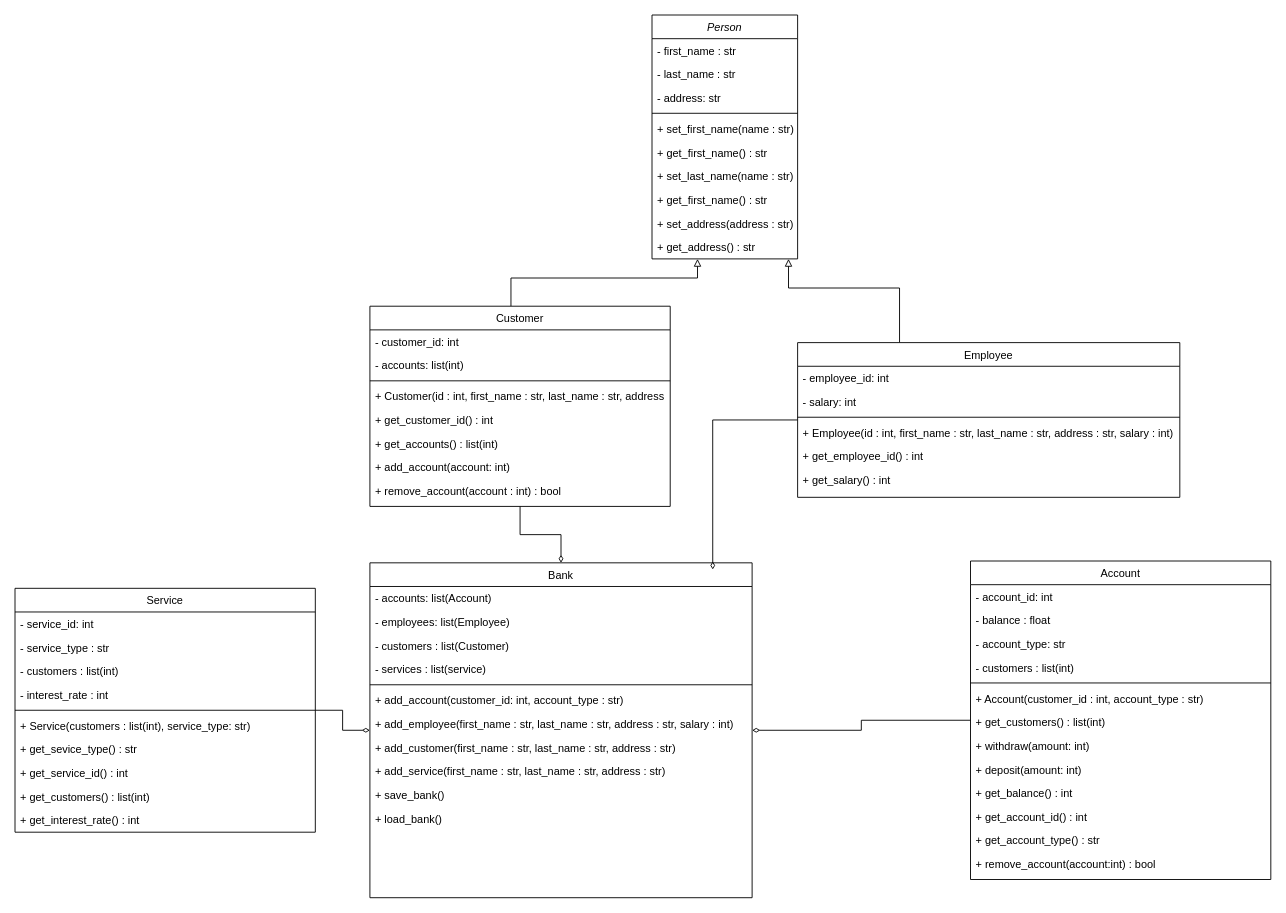
The draw.io diagram Test.drawio in BoasLee/Bank_project, before the edit. Source tidied: cells renumbered, new cells numbered last; positions are measured from the earlier drawing's top-left corner, leaving out a move shared by most shapes. Both pictures are drawn from the tidied source at 91%, with x=0, y=0 at pixel (15, 15).
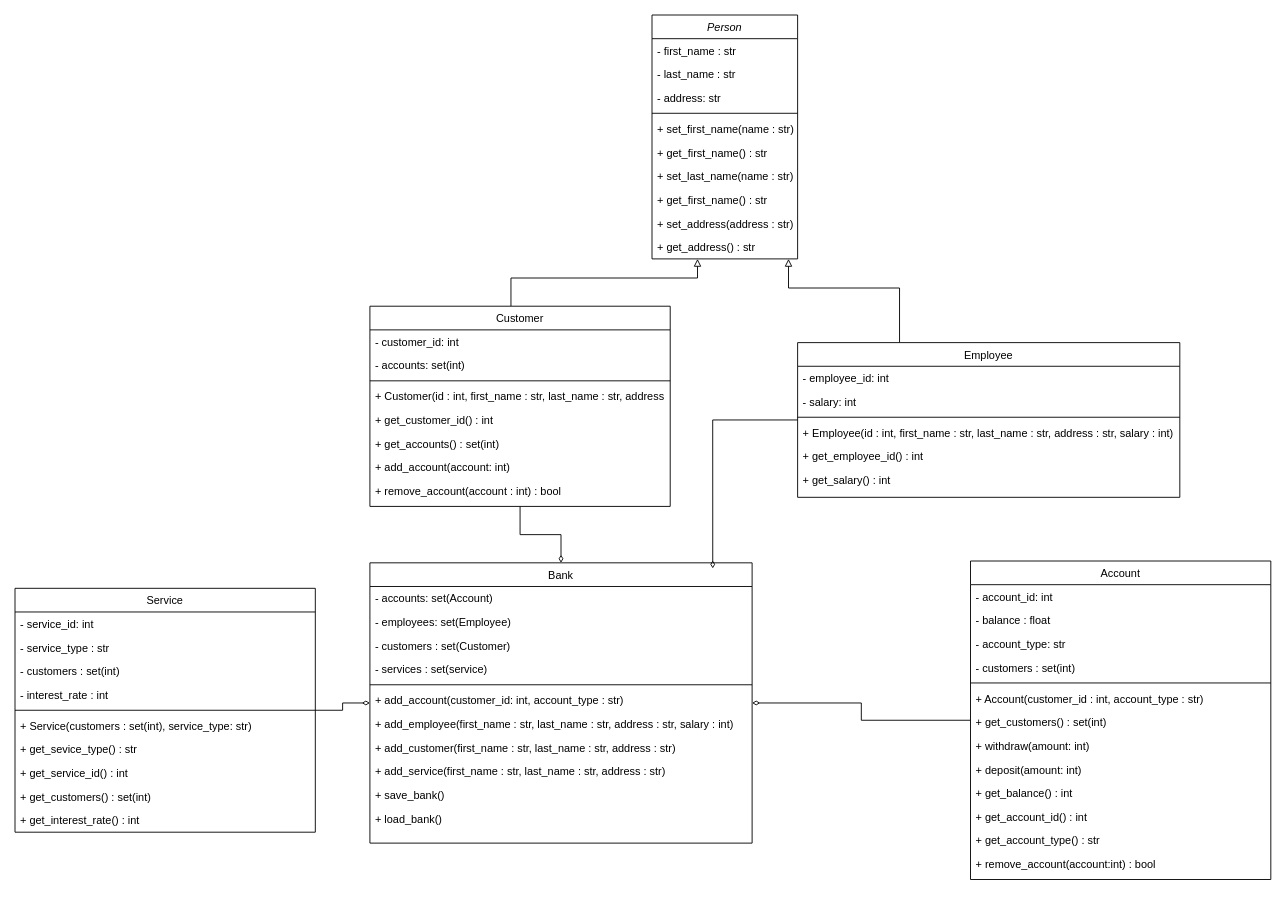
Above is the later version.

Unchanged cells that the change refers to:
```xml
<mxCell id="15" value="Customer" style="swimlane;fontStyle=0;align=center;verticalAlign=top;horizontal=1;startSize=26;rounded=0;shadow=0;strokeWidth=1;" parent="1" vertex="1">
  <mxGeometry x="390" y="320" width="330" height="220" as="geometry" />
</mxCell>
<mxCell id="25" value="Account" style="swimlane;fontStyle=0;align=center;verticalAlign=top;horizontal=1;startSize=26;rounded=0;shadow=0;strokeWidth=1;" parent="1" vertex="1">
  <mxGeometry x="1050" y="600" width="330" height="350" as="geometry" />
</mxCell>
<mxCell id="61" value="Service" style="swimlane;fontStyle=0;align=center;verticalAlign=top;horizontal=1;startSize=26;rounded=0;shadow=0;strokeWidth=1;" parent="1" vertex="1">
  <mxGeometry y="630" width="330" height="268" as="geometry" />
</mxCell>
```

What changed in the source:
```diff
@@
-    <mxCell id="17" value="- accounts: list(int)" style="text;align=left;verticalAlign=top;spacingLeft=4;spacingRight=4;overflow=hidden;rounded=0;shadow=0;html=0;" parent="15" vertex="1">
+    <mxCell id="17" value="- accounts: set(int)" style="text;align=left;verticalAlign=top;spacingLeft=4;spacingRight=4;overflow=hidden;rounded=0;shadow=0;html=0;" parent="15" vertex="1">
       <mxGeometry y="52" width="330" height="26" as="geometry" />
     </mxCell>
@@
-    <mxCell id="21" value="+ get_accounts() : list(int)" style="text;align=left;verticalAlign=top;spacingLeft=4;spacingRight=4;overflow=hidden;" parent="15" vertex="1">
+    <mxCell id="21" value="+ get_accounts() : set(int)" style="text;align=left;verticalAlign=top;spacingLeft=4;spacingRight=4;overflow=hidden;" parent="15" vertex="1">
       <mxGeometry y="138" width="330" height="26" as="geometry" />
     </mxCell>
@@
-    <mxCell id="29" value="- customers : list(int)" style="text;align=left;verticalAlign=top;spacingLeft=4;spacingRight=4;overflow=hidden;rounded=0;shadow=0;html=0;" parent="25" vertex="1">
+    <mxCell id="29" value="- customers : set(int)" style="text;align=left;verticalAlign=top;spacingLeft=4;spacingRight=4;overflow=hidden;rounded=0;shadow=0;html=0;" parent="25" vertex="1">
       <mxGeometry y="104" width="330" height="26" as="geometry" />
     </mxCell>
@@
-    <mxCell id="32" value="+ get_customers() : list(int)" style="text;align=left;verticalAlign=top;spacingLeft=4;spacingRight=4;overflow=hidden;" parent="25" vertex="1">
+    <mxCell id="32" value="+ get_customers() : set(int)" style="text;align=left;verticalAlign=top;spacingLeft=4;spacingRight=4;overflow=hidden;" parent="25" vertex="1">
       <mxGeometry y="164" width="330" height="26" as="geometry" />
     </mxCell>
@@
     <mxCell id="39" value="Bank" style="swimlane;fontStyle=0;align=center;verticalAlign=top;horizontal=1;startSize=26;rounded=0;shadow=0;strokeWidth=1;" parent="1" vertex="1">
-      <mxGeometry x="390" y="602" width="420" height="368" as="geometry" />
+      <mxGeometry x="390" y="602" width="420" height="308" as="geometry" />
     </mxCell>
-    <mxCell id="40" value="- accounts: list(Account)" style="text;align=left;verticalAlign=top;spacingLeft=4;spacingRight=4;overflow=hidden;" parent="39" vertex="1">
+    <mxCell id="40" value="- accounts: set(Account)" style="text;align=left;verticalAlign=top;spacingLeft=4;spacingRight=4;overflow=hidden;" parent="39" vertex="1">
       <mxGeometry y="26" width="420" height="26" as="geometry" />
     </mxCell>
-    <mxCell id="41" value="- employees: list(Employee)" style="text;align=left;verticalAlign=top;spacingLeft=4;spacingRight=4;overflow=hidden;rounded=0;shadow=0;html=0;" parent="39" vertex="1">
+    <mxCell id="41" value="- employees: set(Employee)" style="text;align=left;verticalAlign=top;spacingLeft=4;spacingRight=4;overflow=hidden;rounded=0;shadow=0;html=0;" parent="39" vertex="1">
       <mxGeometry y="52" width="420" height="26" as="geometry" />
     </mxCell>
-    <mxCell id="42" value="- customers : list(Customer) " style="text;align=left;verticalAlign=top;spacingLeft=4;spacingRight=4;overflow=hidden;" parent="39" vertex="1">
+    <mxCell id="42" value="- customers : set(Customer) " style="text;align=left;verticalAlign=top;spacingLeft=4;spacingRight=4;overflow=hidden;" parent="39" vertex="1">
       <mxGeometry y="78" width="420" height="26" as="geometry" />
     </mxCell>
-    <mxCell id="43" value="- services : list(service) " style="text;align=left;verticalAlign=top;spacingLeft=4;spacingRight=4;overflow=hidden;" parent="39" vertex="1">
+    <mxCell id="43" value="- services : set(service) " style="text;align=left;verticalAlign=top;spacingLeft=4;spacingRight=4;overflow=hidden;" parent="39" vertex="1">
       <mxGeometry y="104" width="420" height="26" as="geometry" />
     </mxCell>
@@
-    <mxCell id="64" value="- customers : list(int)" style="text;align=left;verticalAlign=top;spacingLeft=4;spacingRight=4;overflow=hidden;rounded=0;shadow=0;html=0;" parent="61" vertex="1">
+    <mxCell id="64" value="- customers : set(int)" style="text;align=left;verticalAlign=top;spacingLeft=4;spacingRight=4;overflow=hidden;rounded=0;shadow=0;html=0;" parent="61" vertex="1">
       <mxGeometry y="78" width="330" height="26" as="geometry" />
     </mxCell>
@@
-    <mxCell id="67" value="+ Service(customers : list(int), service_type: str)" style="text;align=left;verticalAlign=top;spacingLeft=4;spacingRight=4;overflow=hidden;" parent="61" vertex="1">
+    <mxCell id="67" value="+ Service(customers : set(int), service_type: str)" style="text;align=left;verticalAlign=top;spacingLeft=4;spacingRight=4;overflow=hidden;" parent="61" vertex="1">
       <mxGeometry y="138" width="330" height="26" as="geometry" />
     </mxCell>
@@
-    <mxCell id="70" value="+ get_customers() : list(int)" style="text;align=left;verticalAlign=top;spacingLeft=4;spacingRight=4;overflow=hidden;" parent="61" vertex="1">
+    <mxCell id="70" value="+ get_customers() : set(int)" style="text;align=left;verticalAlign=top;spacingLeft=4;spacingRight=4;overflow=hidden;" parent="61" vertex="1">
       <mxGeometry y="216" width="330" height="26" as="geometry" />
     </mxCell>
```
